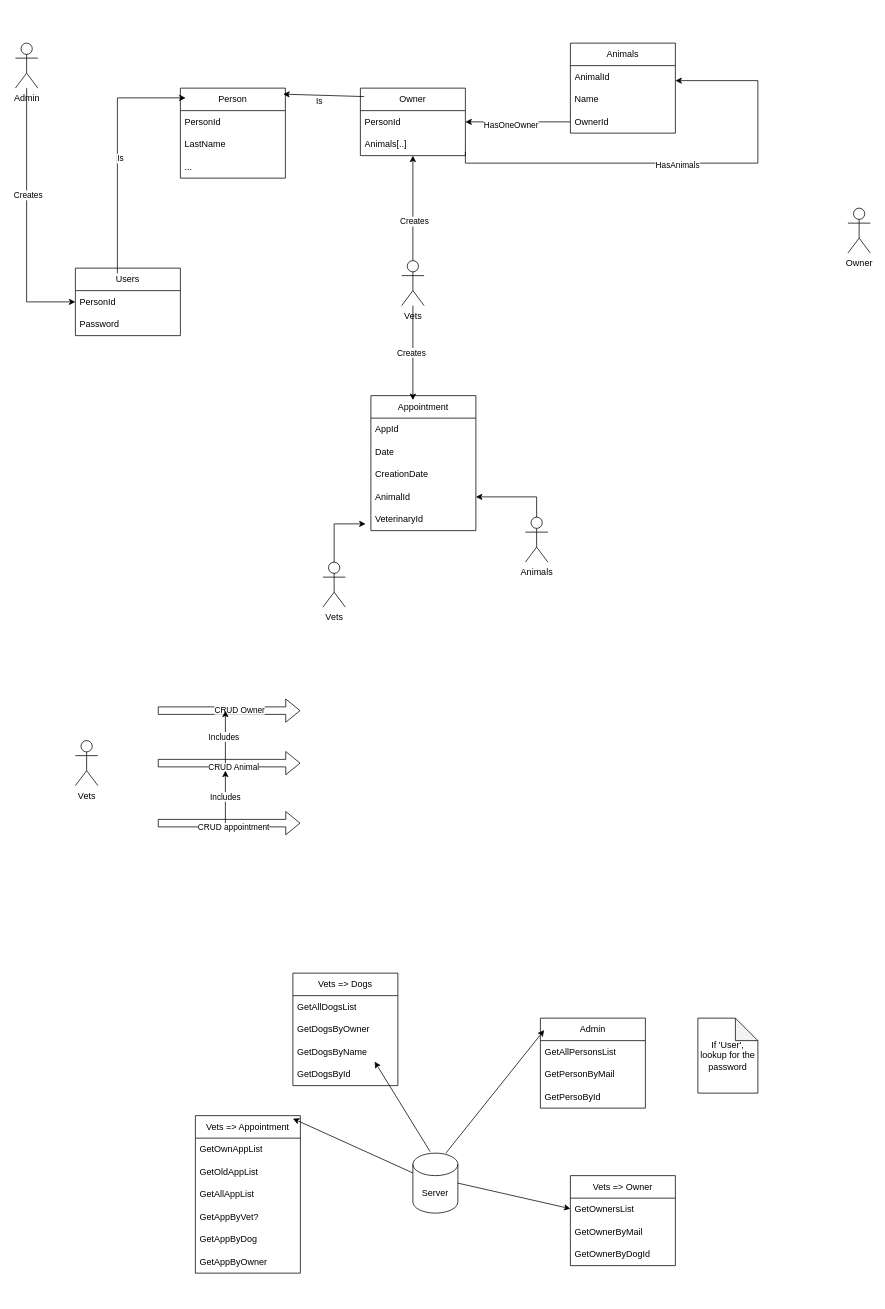
A-LTran/TFTIT_BackEnd_VetClinic_Web_API keeps this draw.io diagram as VetClinic.drawio. Above is the earlier version. Source tidied: cells renumbered, new cells numbered last; positions are measured from the earlier drawing's top-left corner, leaving out a move shared by most shapes. Both pictures are drawn from the tidied source at 75%, with x=0, y=0 at pixel (15, 43).
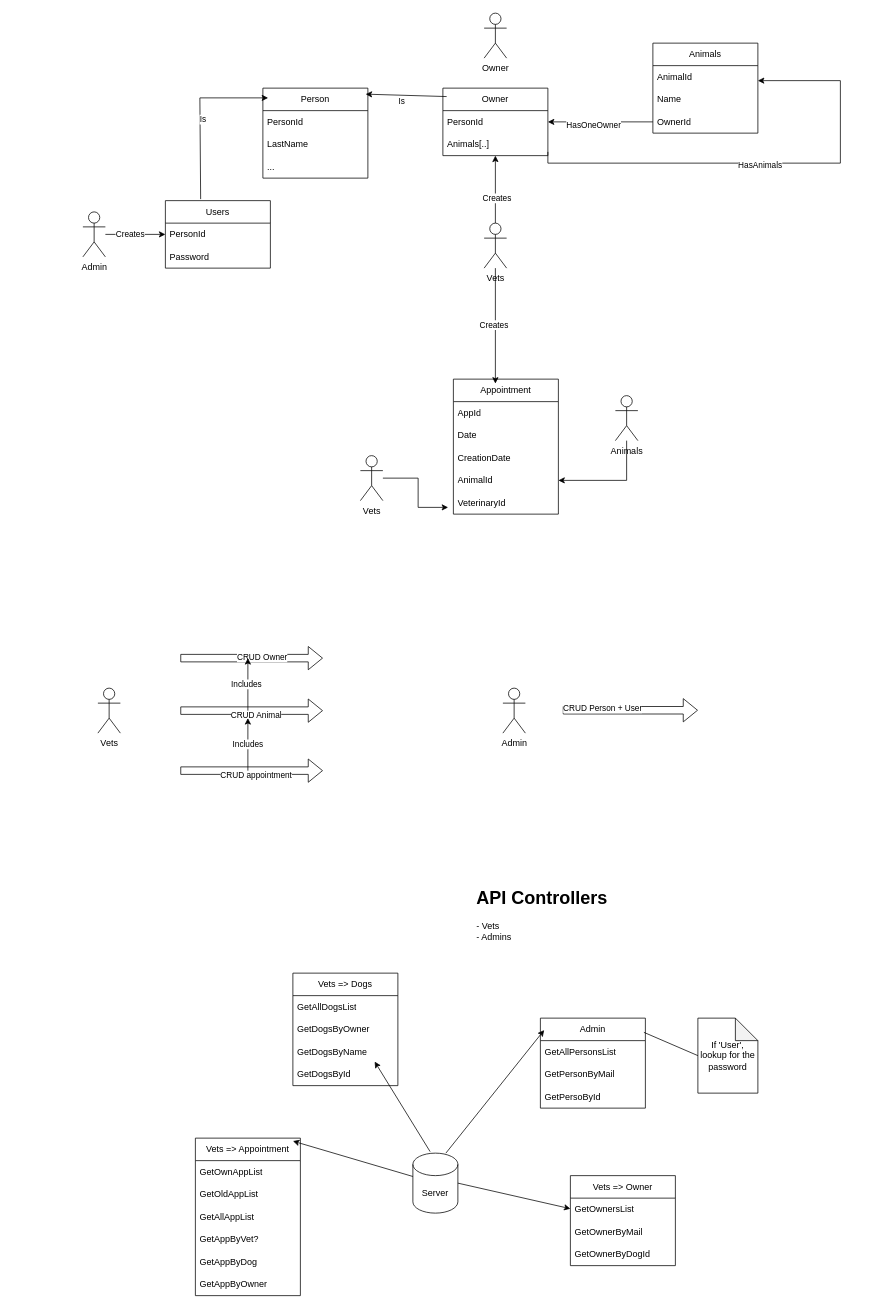
The same page after the edit.

Unchanged cells that the change refers to:
```xml
<mxCell id="31" value="AnimalId" style="text;strokeColor=none;fillColor=none;align=left;verticalAlign=middle;spacingLeft=4;spacingRight=4;overflow=hidden;points=[[0,0.5],[1,0.5]];portConstraint=eastwest;whiteSpace=wrap;html=1;" parent="30" vertex="1">
  <mxGeometry y="30" width="140" height="30" as="geometry" />
</mxCell>
<mxCell id="54" value="Admin" style="swimlane;fontStyle=0;horizontal=1;startSize=30;whiteSpace=wrap;html=1;" parent="1" vertex="1">
  <mxGeometry x="700" y="1300" width="140" height="120" as="geometry" />
</mxCell>
<mxCell id="78" value="If 'User', lookup for the password" style="shape=note;whiteSpace=wrap;html=1;backgroundOutline=1;darkOpacity=0.05;" parent="1" vertex="1">
  <mxGeometry x="910" y="1300" width="80" height="100" as="geometry" />
</mxCell>
```

The edit, as a diff of the source:
```diff
@@
     <mxCell id="2" value="Owner" style="shape=umlActor;verticalLabelPosition=bottom;verticalAlign=top;html=1;" parent="1" vertex="1">
-      <mxGeometry x="1110" y="220" width="30" height="60" as="geometry" />
+      <mxGeometry x="625" y="-40" width="30" height="60" as="geometry" />
     </mxCell>
     <mxCell id="3" style="edgeStyle=orthogonalEdgeStyle;rounded=0;jettySize=auto;html=1;" parent="1" edge="1" source="5" target="23">
       <mxGeometry relative="1" as="geometry">
         <Array as="points">
-          <mxPoint x="15" y="345" />
+          <mxPoint x="140" y="255" />
+          <mxPoint x="140" y="255" />
         </Array>
       </mxGeometry>
     </mxCell>
@@
     <mxCell id="5" value="Admin&lt;br&gt;" style="shape=umlActor;verticalLabelPosition=bottom;verticalAlign=top;html=1;outlineConnect=0;" parent="1" vertex="1">
-      <mxGeometry width="30" height="60" as="geometry" />
+      <mxGeometry x="90" y="225" width="30" height="60" as="geometry" />
     </mxCell>
     <mxCell id="6" value="Vets&lt;br&gt;" style="shape=umlActor;verticalLabelPosition=bottom;verticalAlign=top;html=1;outlineConnect=0;" parent="1" vertex="1">
-      <mxGeometry x="410" y="692" width="30" height="60" as="geometry" />
+      <mxGeometry x="460" y="550" width="30" height="60" as="geometry" />
     </mxCell>
     <mxCell id="7" value="Appointment" style="swimlane;fontStyle=0;horizontal=1;startSize=30;whiteSpace=wrap;html=1;" parent="1" vertex="1">
-      <mxGeometry x="474" y="470" width="140" height="180" as="geometry" />
+      <mxGeometry x="584" y="448" width="140" height="180" as="geometry" />
     </mxCell>
@@
     <mxCell id="14" value="Animals" style="shape=umlActor;verticalLabelPosition=bottom;verticalAlign=top;html=1;outlineConnect=0;" parent="1" vertex="1">
-      <mxGeometry x="680" y="632" width="30" height="60" as="geometry" />
+      <mxGeometry x="800" y="470" width="30" height="60" as="geometry" />
     </mxCell>
@@
     <mxCell id="16" value="Person" style="swimlane;fontStyle=0;horizontal=1;startSize=30;whiteSpace=wrap;html=1;" parent="1" vertex="1">
-      <mxGeometry x="220" y="60" width="140" height="120" as="geometry" />
+      <mxGeometry x="330" y="60" width="140" height="120" as="geometry" />
     </mxCell>
@@
     <mxCell id="20" value="Owner" style="swimlane;fontStyle=0;horizontal=1;startSize=30;whiteSpace=wrap;html=1;" parent="1" vertex="1">
-      <mxGeometry x="460" y="60" width="140" height="90" as="geometry" />
+      <mxGeometry x="570" y="60" width="140" height="90" as="geometry" />
     </mxCell>
@@
     <mxCell id="23" value="Users" style="swimlane;fontStyle=0;horizontal=1;startSize=30;whiteSpace=wrap;html=1;" parent="1" vertex="1">
-      <mxGeometry x="80" y="300" width="140" height="90" as="geometry" />
+      <mxGeometry x="200" y="210" width="140" height="90" as="geometry" />
     </mxCell>
@@
-    <mxCell id="26" style="endArrow=classic;html=1;rounded=0;entryX=0.043;entryY=0.1;entryDx=0;entryDy=0;entryPerimeter=0;exitX=0.393;exitY=0.067;exitDx=0;exitDy=0;exitPerimeter=0;" parent="1" edge="1">
+    <mxCell id="26" style="endArrow=classic;html=1;rounded=0;entryX=0.043;entryY=0.1;entryDx=0;entryDy=0;entryPerimeter=0;exitX=0.336;exitY=-0.022;exitDx=0;exitDy=0;exitPerimeter=0;" parent="1" edge="1" source="23">
       <mxGeometry relative="1" as="geometry">
-        <mxPoint x="136" y="307" as="sourcePoint" />
-        <mxPoint x="227" y="73" as="targetPoint" />
+        <mxPoint x="337" y="73" as="targetPoint" />
         <Array as="points">
-          <mxPoint x="136" y="73" />
+          <mxPoint x="246" y="73" />
         </Array>
       </mxGeometry>
     </mxCell>
@@
     <mxCell id="30" value="Animals" style="swimlane;fontStyle=0;horizontal=1;startSize=30;whiteSpace=wrap;html=1;" parent="1" vertex="1">
-      <mxGeometry x="740" width="140" height="120" as="geometry" />
+      <mxGeometry x="850" width="140" height="120" as="geometry" />
     </mxCell>
@@
     <mxCell id="36" style="edgeStyle=orthogonalEdgeStyle;rounded=0;jettySize=auto;html=1;exitX=1;exitY=0.5;exitDx=0;exitDy=0;entryX=1;entryY=0.667;entryDx=0;entryDy=0;entryPerimeter=0;" parent="1" edge="1" target="31">
       <mxGeometry relative="1" as="geometry">
-        <mxPoint x="600" y="145" as="sourcePoint" />
+        <mxPoint x="710" y="145" as="sourcePoint" />
         <Array as="points">
-          <mxPoint x="600" y="160" />
-          <mxPoint x="990" y="160" />
-          <mxPoint x="990" y="50" />
+          <mxPoint x="710" y="160" />
+          <mxPoint x="1100" y="160" />
+          <mxPoint x="1100" y="50" />
         </Array>
       </mxGeometry>
     </mxCell>
@@
     <mxCell id="40" value="Vets" style="shape=umlActor;verticalLabelPosition=bottom;verticalAlign=top;html=1;outlineConnect=0;" parent="1" vertex="1">
-      <mxGeometry x="515" y="290" width="30" height="60" as="geometry" />
+      <mxGeometry x="625" y="240" width="30" height="60" as="geometry" />
     </mxCell>
@@
     <mxCell id="43" value="Vets" style="shape=umlActor;verticalLabelPosition=bottom;verticalAlign=top;html=1;" parent="1" vertex="1">
-      <mxGeometry x="80" y="930" width="30" height="60" as="geometry" />
+      <mxGeometry x="110" y="860" width="30" height="60" as="geometry" />
     </mxCell>
     <mxCell id="44" style="shape=flexArrow;endArrow=classic;html=1;rounded=0;" parent="1" edge="1">
       <mxGeometry relative="1" as="geometry">
-        <mxPoint x="190" y="890" as="sourcePoint" />
-        <mxPoint x="380" y="890" as="targetPoint" />
+        <mxPoint x="220" y="820" as="sourcePoint" />
+        <mxPoint x="410" y="820" as="targetPoint" />
       </mxGeometry>
     </mxCell>
@@
     <mxCell id="46" style="shape=flexArrow;endArrow=classic;html=1;rounded=0;" parent="1" edge="1">
       <mxGeometry relative="1" as="geometry">
-        <mxPoint x="190" y="960" as="sourcePoint" />
-        <mxPoint x="380" y="960" as="targetPoint" />
+        <mxPoint x="220" y="890" as="sourcePoint" />
+        <mxPoint x="410" y="890" as="targetPoint" />
       </mxGeometry>
     </mxCell>
@@
     <mxCell id="48" style="shape=flexArrow;endArrow=classic;html=1;rounded=0;" parent="1" edge="1">
       <mxGeometry relative="1" as="geometry">
-        <mxPoint x="190" y="1040" as="sourcePoint" />
-        <mxPoint x="380" y="1040" as="targetPoint" />
+        <mxPoint x="220" y="970" as="sourcePoint" />
+        <mxPoint x="410" y="970" as="targetPoint" />
       </mxGeometry>
     </mxCell>
@@
     <mxCell id="50" style="endArrow=classic;html=1;rounded=0;" parent="1" edge="1">
       <mxGeometry relative="1" as="geometry">
-        <mxPoint x="280" y="960" as="sourcePoint" />
-        <mxPoint x="280" y="890" as="targetPoint" />
+        <mxPoint x="310" y="890" as="sourcePoint" />
+        <mxPoint x="310" y="820" as="targetPoint" />
       </mxGeometry>
     </mxCell>
@@
     <mxCell id="52" value="Includes" style="endArrow=classic;html=1;rounded=0;" parent="1" edge="1">
       <mxGeometry relative="1" as="geometry">
-        <mxPoint x="280" y="1040" as="sourcePoint" />
-        <mxPoint x="280" y="970" as="targetPoint" />
+        <mxPoint x="310" y="970" as="sourcePoint" />
+        <mxPoint x="310" y="900" as="targetPoint" />
       </mxGeometry>
     </mxCell>
@@
     <mxCell id="62" value="Vets =&amp;gt; Appointment" style="swimlane;fontStyle=0;horizontal=1;startSize=30;whiteSpace=wrap;html=1;" parent="1" vertex="1">
-      <mxGeometry x="240" y="1430" width="140" height="210" as="geometry" />
+      <mxGeometry x="240" y="1460" width="140" height="210" as="geometry" />
     </mxCell>
@@
+    <mxCell id="79" style="endArrow=none;html=1;rounded=0;entryX=0;entryY=0.5;entryDx=0;entryDy=0;entryPerimeter=0;exitX=0.986;exitY=0.158;exitDx=0;exitDy=0;exitPerimeter=0;" parent="1" edge="1" source="54" target="78">
+      <mxGeometry relative="1" as="geometry" />
+    </mxCell>
+    <mxCell id="80" value="Admin&lt;br&gt;" style="shape=umlActor;verticalLabelPosition=bottom;verticalAlign=top;html=1;" parent="1" vertex="1">
+      <mxGeometry x="650" y="860" width="30" height="60" as="geometry" />
+    </mxCell>
+    <mxCell id="81" style="shape=flexArrow;endArrow=classic;html=1;rounded=0;" parent="1" edge="1">
+      <mxGeometry relative="1" as="geometry">
+        <mxPoint x="730" y="889.5" as="sourcePoint" />
+        <mxPoint x="910" y="889.5" as="targetPoint" />
+      </mxGeometry>
+    </mxCell>
+    <mxCell id="82" value="CRUD Person + User" style="edgeLabel;html=1;align=center;verticalAlign=middle;" parent="81" vertex="1">
+      <mxGeometry x="-0.42" y="3" relative="1" as="geometry" />
+    </mxCell>
+    <mxCell id="83" value="&lt;h1&gt;API Controllers&lt;/h1&gt;&lt;div&gt;- Vets&lt;/div&gt;&lt;div&gt;- Admins&lt;/div&gt;&lt;div&gt;&lt;br&gt;&lt;/div&gt;" style="text;html=1;strokeColor=none;fillColor=none;spacing=5;spacingTop=-20;whiteSpace=wrap;overflow=hidden;rounded=0;" parent="1" vertex="1">
+      <mxGeometry x="610" y="1120" width="190" height="120" as="geometry" />
+    </mxCell>
```
